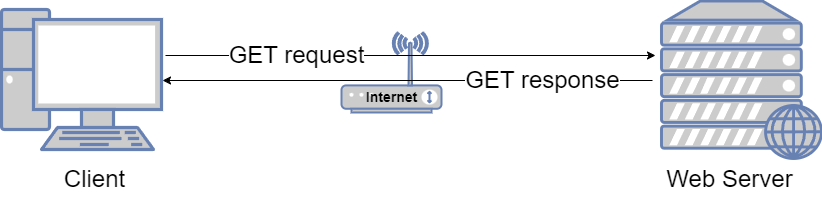
This is PROJECT 6/Images/client-server_image.png from DevOpsDolapo/DevOps_Projects, a draw.io export, as it was before one commit. Source tidied: cells renumbered, new cells last; positions are measured from the earlier drawing's top-left corner, leaving out a move shared by most shapes.
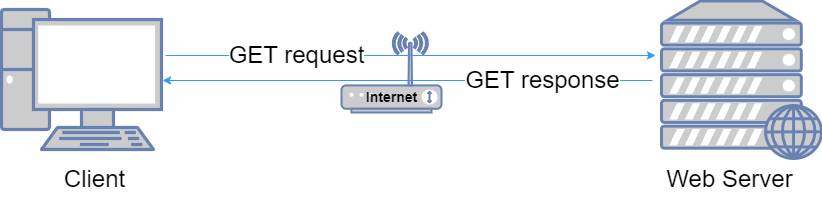
The same diagram one commit later.

Change to the diagram source:
```diff
@@ -11,7 +11,7 @@
     <mxCell id="4" value="&lt;font style=&quot;font-size: 24px;&quot;&gt;Client&lt;/font&gt;" style="text;html=1;align=center;verticalAlign=middle;strokeColor=none;fillColor=none;" parent="1" vertex="1">
       <mxGeometry x="53" y="158" width="80" height="40" as="geometry" />
     </mxCell>
-    <mxCell id="5" style="endArrow=classic;html=1;rounded=0;" parent="1" edge="1">
+    <mxCell id="5" style="endArrow=classic;html=1;rounded=0;strokeColor=#3399FF;" parent="1" edge="1">
       <mxGeometry relative="1" as="geometry">
         <mxPoint x="164" y="54" as="sourcePoint" />
         <mxPoint x="654" y="54" as="targetPoint" />
@@ -31,7 +31,7 @@
     <mxCell id="9" value="&lt;font style=&quot;font-size: 14px;&quot;&gt;&lt;b&gt;Internet&lt;/b&gt;&lt;/font&gt;" style="text;html=1;align=center;verticalAlign=middle;strokeColor=none;fillColor=none;" parent="1" vertex="1">
       <mxGeometry x="355" y="81" width="70" height="30" as="geometry" />
     </mxCell>
-    <mxCell id="10" style="endArrow=classic;html=1;rounded=0;" parent="1" edge="1">
+    <mxCell id="10" style="endArrow=classic;html=1;rounded=0;strokeColor=#3399FF;" parent="1" edge="1">
       <mxGeometry relative="1" as="geometry">
         <mxPoint x="651" y="79" as="sourcePoint" />
         <mxPoint x="161" y="79" as="targetPoint" />
```
